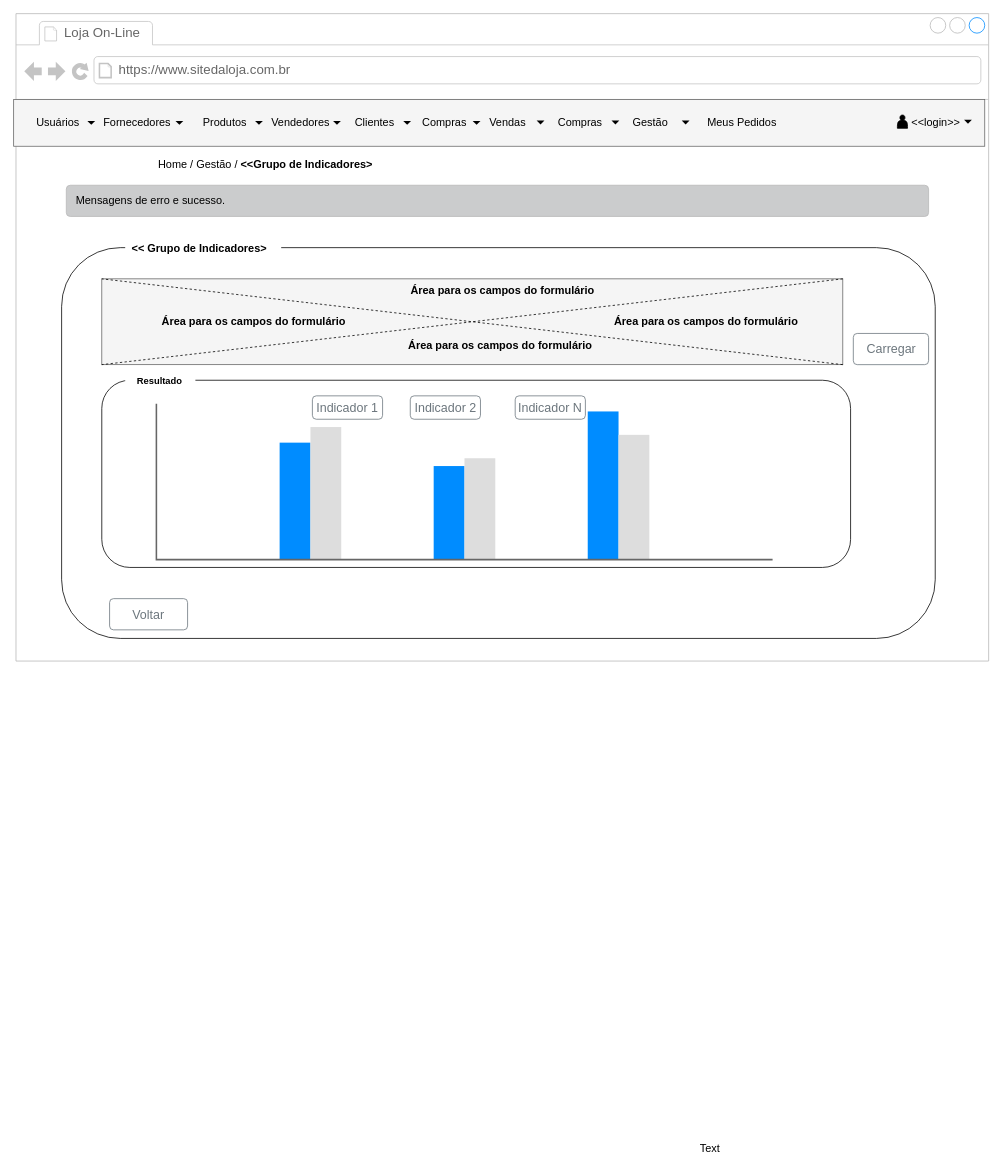
Above: page "Tela Indicador" (5 of 7) of projeto/documentacao/wireframes.drawio in adjamirgalvao/pucminas (draw.io), before the change. Source tidied: cells renumbered, new cells numbered last; positions are measured from the earlier drawing's top-left corner, leaving out a move shared by most shapes. Both pictures are drawn from the tidied source at 78%, with x=0, y=0 at pixel (13, 13).
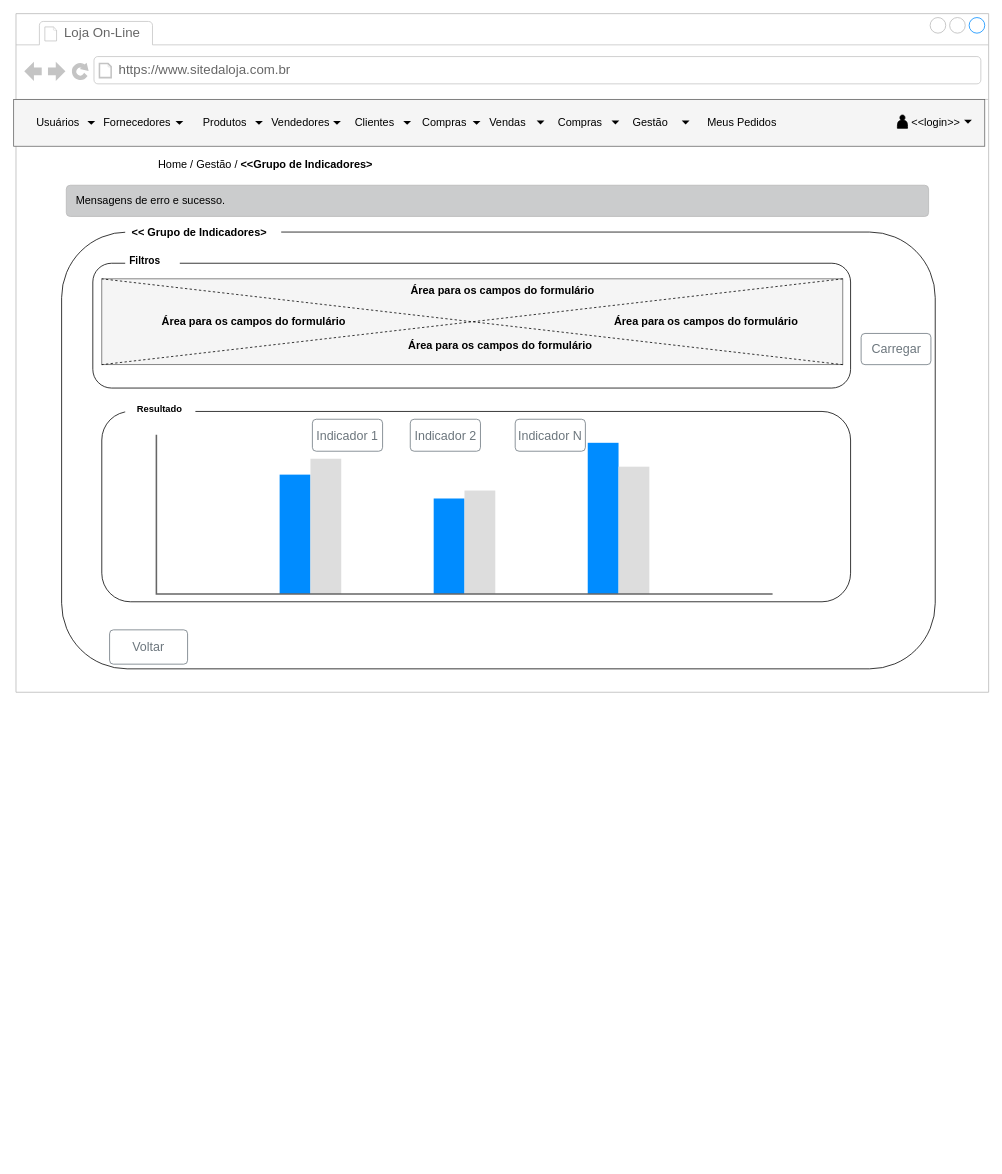
The same diagram, later.

Diff of the diagram source:
```diff
@@
     <mxCell id="2" style="strokeWidth=1;shadow=0;dashed=0;align=center;html=1;shape=mxgraph.mockup.containers.browserWindow;rSize=0;strokeColor=#B8B8B8;strokeColor2=#008cff;strokeColor3=#c4c4c4;mainText=,;" parent="1" vertex="1">
-      <mxGeometry x="3" width="1247" height="830" as="geometry" />
+      <mxGeometry x="3" width="1247" height="870" as="geometry" />
     </mxCell>
@@
     <mxCell id="5" style="rounded=1;whiteSpace=wrap;html=1;" parent="2" vertex="1">
-      <mxGeometry x="58.5" y="300" width="1120" height="501" as="geometry" />
+      <mxGeometry x="58.5" y="280" width="1120" height="560" as="geometry" />
     </mxCell>
     <mxCell id="6" value="&lt;b&gt;&amp;nbsp;&amp;nbsp;&lt;/b&gt;&lt;b style=&quot;border-color: var(--border-color); font-size: 14px;&quot;&gt;&amp;lt;&amp;lt;&amp;nbsp;&lt;/b&gt;&lt;span style=&quot;font-size: 14px;&quot;&gt;&lt;b&gt;Grupo de Indicadores&amp;gt;&lt;/b&gt;&lt;/span&gt;" style="text;html=1;align=left;verticalAlign=middle;whiteSpace=wrap;rounded=0;fillColor=default;" parent="2" vertex="1">
-      <mxGeometry x="140" y="290" width="200" height="22" as="geometry" />
+      <mxGeometry x="140" y="270" width="200" height="22" as="geometry" />
     </mxCell>
@@
     <mxCell id="32" value="Voltar" style="html=1;shadow=0;dashed=0;shape=mxgraph.bootstrap.rrect;rSize=5;strokeColor=#6C767D;strokeWidth=1;fillColor=none;fontColor=#6C767D;whiteSpace=wrap;align=center;verticalAlign=middle;spacingLeft=0;fontStyle=0;fontSize=16;spacing=5;" parent="2" vertex="1">
-      <mxGeometry x="120" y="750" width="100" height="40" as="geometry" />
+      <mxGeometry x="120" y="790" width="100" height="44" as="geometry" />
     </mxCell>
@@
     <mxCell id="40" value="Carregar" style="html=1;shadow=0;dashed=0;shape=mxgraph.bootstrap.rrect;rSize=5;strokeColor=#6C767D;strokeWidth=1;fillColor=none;fontColor=#6C767D;whiteSpace=wrap;align=center;verticalAlign=middle;spacingLeft=0;fontStyle=0;fontSize=16;spacing=5;" parent="2" vertex="1">
-      <mxGeometry x="1073.5" y="410" width="96.5" height="40" as="geometry" />
+      <mxGeometry x="1083.5" y="410" width="89.5" height="40" as="geometry" />
     </mxCell>
     <mxCell id="41" style="rounded=1;whiteSpace=wrap;html=1;fontSize=14;" parent="2" vertex="1">
-      <mxGeometry x="110" y="470" width="960" height="240" as="geometry" />
+      <mxGeometry x="110" y="510" width="960" height="244" as="geometry" />
     </mxCell>
     <mxCell id="42" style="verticalLabelPosition=bottom;shadow=0;dashed=0;align=center;html=1;verticalAlign=top;strokeWidth=1;shape=mxgraph.mockup.graphics.columnChart;strokeColor=none;strokeColor2=none;strokeColor3=#666666;fillColor2=#008cff;fillColor3=#dddddd;fontSize=14;" parent="2" vertex="1">
-      <mxGeometry x="180" y="500" width="790" height="200" as="geometry" />
+      <mxGeometry x="180" y="540" width="790" height="204" as="geometry" />
     </mxCell>
     <mxCell id="43" value="&lt;b&gt;&amp;nbsp; &amp;nbsp; Resultado&lt;/b&gt;" style="text;html=1;align=left;verticalAlign=middle;whiteSpace=wrap;rounded=0;fillColor=default;" parent="2" vertex="1">
-      <mxGeometry x="140" y="460" width="90" height="22" as="geometry" />
+      <mxGeometry x="140" y="490" width="90" height="33" as="geometry" />
     </mxCell>
     <mxCell id="44" value="Indicador 1" style="html=1;shadow=0;dashed=0;shape=mxgraph.bootstrap.rrect;rSize=5;strokeColor=#6C767D;strokeWidth=1;fillColor=none;fontColor=#6C767D;whiteSpace=wrap;align=center;verticalAlign=middle;spacingLeft=0;fontStyle=0;fontSize=16;spacing=5;" parent="2" vertex="1">
-      <mxGeometry x="380" y="490" width="90" height="30" as="geometry" />
+      <mxGeometry x="380" y="520" width="90" height="41" as="geometry" />
     </mxCell>
     <mxCell id="45" value="Indicador 2" style="html=1;shadow=0;dashed=0;shape=mxgraph.bootstrap.rrect;rSize=5;strokeColor=#6C767D;strokeWidth=1;fillColor=none;fontColor=#6C767D;whiteSpace=wrap;align=center;verticalAlign=middle;spacingLeft=0;fontStyle=0;fontSize=16;spacing=5;" parent="2" vertex="1">
-      <mxGeometry x="505.5" y="490" width="90" height="30" as="geometry" />
+      <mxGeometry x="505.5" y="520" width="90" height="41" as="geometry" />
     </mxCell>
+    <mxCell id="48" style="rounded=1;whiteSpace=wrap;html=1;fontSize=14;fillColor=none;" parent="2" vertex="1">
+      <mxGeometry x="98.5" y="320" width="971.5" height="160" as="geometry" />
+    </mxCell>
     <mxCell id="46" value="Indicador N" style="html=1;shadow=0;dashed=0;shape=mxgraph.bootstrap.rrect;rSize=5;strokeColor=#6C767D;strokeWidth=1;fillColor=none;fontColor=#6C767D;whiteSpace=wrap;align=center;verticalAlign=middle;spacingLeft=0;fontStyle=0;fontSize=16;spacing=5;" parent="2" vertex="1">
-      <mxGeometry x="640" y="490" width="90" height="30" as="geometry" />
+      <mxGeometry x="640" y="520" width="90" height="41" as="geometry" />
     </mxCell>
-    <mxCell id="47" value="Text" style="text;html=1;strokeColor=none;fillColor=none;align=center;verticalAlign=middle;whiteSpace=wrap;rounded=0;fontSize=14;fontColor=#000000;" parent="1" vertex="1">
-      <mxGeometry x="863" y="1440" width="60" height="30" as="geometry" />
-    </mxCell>
+    <mxCell id="49" value="&lt;b&gt;&lt;font style=&quot;font-size: 13px;&quot;&gt;&amp;nbsp;Filtros&lt;/font&gt;&lt;/b&gt;" style="text;html=1;align=left;verticalAlign=middle;whiteSpace=wrap;rounded=0;fillColor=default;" parent="2" vertex="1">
+      <mxGeometry x="140" y="300" width="70" height="32" as="geometry" />
+    </mxCell>
```
